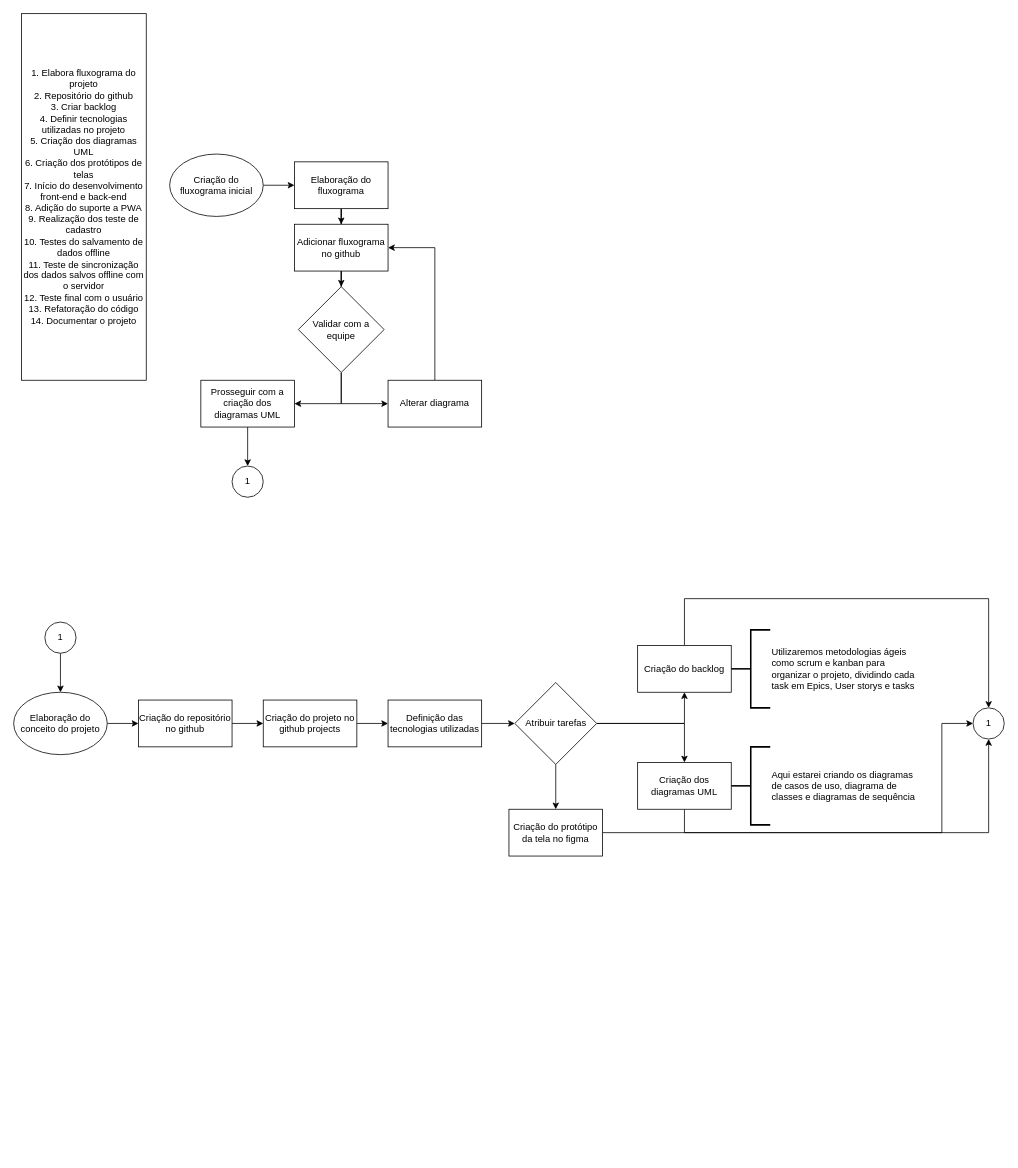
Above: Fluxo do projeto.drawio in Fconeto/P.I-3 (draw.io), before the change. Source tidied: cells renumbered, new cells numbered last; positions are measured from the earlier drawing's top-left corner, leaving out a move shared by most shapes. Both pictures are drawn from the tidied source at 78%, with x=0, y=0 at pixel (13, 13).
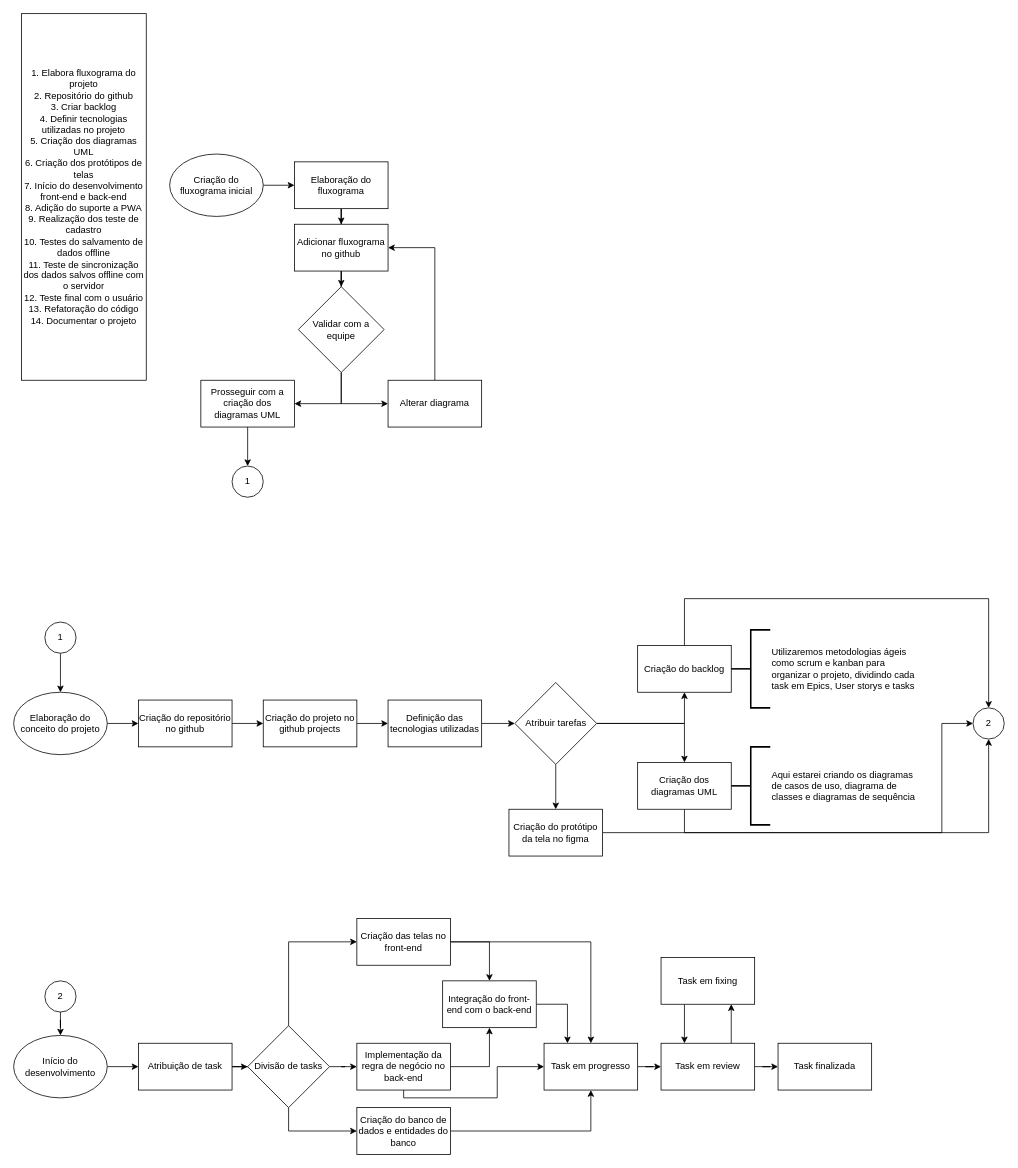
The same page after the edit.

Commit message:
Atualização do fluxo de desenvolvimento

Diff of the diagram source:
```diff
@@
-    <mxCell id="40" value="1" style="ellipse;whiteSpace=wrap;html=1;" parent="1" vertex="1">
+    <mxCell id="40" value="2" style="ellipse;whiteSpace=wrap;html=1;" parent="1" vertex="1">
       <mxGeometry x="1230" y="890" width="40" height="40" as="geometry" />
     </mxCell>
+    <mxCell id="41" style="edgeStyle=orthogonalEdgeStyle;rounded=0;jettySize=auto;html=1;" parent="1" edge="1" source="42" target="44">
+      <mxGeometry relative="1" as="geometry" />
+    </mxCell>
+    <mxCell id="42" value="2" style="ellipse;whiteSpace=wrap;html=1;" parent="1" vertex="1">
+      <mxGeometry x="40" y="1240" width="40" height="40" as="geometry" />
+    </mxCell>
+    <mxCell id="43" style="edgeStyle=orthogonalEdgeStyle;rounded=0;jettySize=auto;html=1;" parent="1" edge="1" source="44" target="55">
+      <mxGeometry relative="1" as="geometry" />
+    </mxCell>
+    <mxCell id="44" value="Início do desenvolvimento" style="ellipse;whiteSpace=wrap;html=1;" parent="1" vertex="1">
+      <mxGeometry y="1310" width="120" height="80" as="geometry" />
+    </mxCell>
+    <mxCell id="45" style="edgeStyle=orthogonalEdgeStyle;rounded=0;jettySize=auto;html=1;" parent="1" edge="1" source="46" target="57">
+      <mxGeometry relative="1" as="geometry" />
+    </mxCell>
+    <mxCell id="46" value="Criação das telas no front-end" style="rounded=0;whiteSpace=wrap;html=1;" parent="1" vertex="1">
+      <mxGeometry x="440" y="1160" width="120" height="60" as="geometry" />
+    </mxCell>
+    <mxCell id="47" style="edgeStyle=orthogonalEdgeStyle;rounded=0;jettySize=auto;html=1;entryX=0.5;entryY=1;entryDx=0;entryDy=0;exitX=1;exitY=0.5;exitDx=0;exitDy=0;" parent="1" edge="1" source="49" target="53">
+      <mxGeometry relative="1" as="geometry" />
+    </mxCell>
+    <mxCell id="48" style="edgeStyle=orthogonalEdgeStyle;rounded=0;jettySize=auto;html=1;entryX=0;entryY=0.5;entryDx=0;entryDy=0;exitX=0.5;exitY=1;exitDx=0;exitDy=0;" parent="1" edge="1" source="49" target="57">
+      <mxGeometry relative="1" as="geometry">
+        <Array as="points">
+          <mxPoint x="500" y="1390" />
+          <mxPoint x="620" y="1390" />
+          <mxPoint x="620" y="1350" />
+        </Array>
+      </mxGeometry>
+    </mxCell>
+    <mxCell id="49" value="Implementação da regra de negócio no back-end" style="rounded=0;whiteSpace=wrap;html=1;" parent="1" vertex="1">
+      <mxGeometry x="440" y="1320" width="120" height="60" as="geometry" />
+    </mxCell>
+    <mxCell id="50" style="edgeStyle=orthogonalEdgeStyle;rounded=0;jettySize=auto;html=1;entryX=0.5;entryY=1;entryDx=0;entryDy=0;" parent="1" edge="1" source="51" target="57">
+      <mxGeometry relative="1" as="geometry" />
+    </mxCell>
+    <mxCell id="51" value="Criação do banco de dados e entidades do banco" style="rounded=0;whiteSpace=wrap;html=1;" parent="1" vertex="1">
+      <mxGeometry x="440" y="1402.5" width="120" height="60" as="geometry" />
+    </mxCell>
+    <mxCell id="52" style="edgeStyle=orthogonalEdgeStyle;rounded=0;jettySize=auto;html=1;entryX=0.25;entryY=0;entryDx=0;entryDy=0;" parent="1" edge="1" source="53" target="57">
+      <mxGeometry relative="1" as="geometry" />
+    </mxCell>
+    <mxCell id="53" value="Integração do front-end com o back-end" style="rounded=0;whiteSpace=wrap;html=1;" parent="1" vertex="1">
+      <mxGeometry x="550" y="1240" width="120" height="60" as="geometry" />
+    </mxCell>
+    <mxCell id="54" style="edgeStyle=orthogonalEdgeStyle;rounded=0;jettySize=auto;html=1;" parent="1" edge="1" source="55" target="65">
+      <mxGeometry relative="1" as="geometry" />
+    </mxCell>
+    <mxCell id="55" value="Atribuição de task" style="rounded=0;whiteSpace=wrap;html=1;" parent="1" vertex="1">
+      <mxGeometry x="160" y="1320" width="120" height="60" as="geometry" />
+    </mxCell>
+    <mxCell id="56" style="edgeStyle=orthogonalEdgeStyle;rounded=0;jettySize=auto;html=1;" parent="1" edge="1" source="57" target="60">
+      <mxGeometry relative="1" as="geometry" />
+    </mxCell>
+    <mxCell id="57" value="Task em progresso" style="rounded=0;whiteSpace=wrap;html=1;" parent="1" vertex="1">
+      <mxGeometry x="680" y="1320" width="120" height="60" as="geometry" />
+    </mxCell>
+    <mxCell id="58" style="edgeStyle=orthogonalEdgeStyle;rounded=0;jettySize=auto;html=1;" parent="1" edge="1" source="60" target="61">
+      <mxGeometry relative="1" as="geometry" />
+    </mxCell>
+    <mxCell id="59" style="edgeStyle=orthogonalEdgeStyle;rounded=0;jettySize=auto;html=1;exitX=0.75;exitY=0;exitDx=0;exitDy=0;entryX=0.75;entryY=1;entryDx=0;entryDy=0;" parent="1" edge="1" source="60" target="68">
+      <mxGeometry relative="1" as="geometry" />
+    </mxCell>
+    <mxCell id="60" value="Task em review" style="rounded=0;whiteSpace=wrap;html=1;" parent="1" vertex="1">
+      <mxGeometry x="830" y="1320" width="120" height="60" as="geometry" />
+    </mxCell>
+    <mxCell id="61" value="Task finalizada" style="rounded=0;whiteSpace=wrap;html=1;" parent="1" vertex="1">
+      <mxGeometry x="980" y="1320" width="120" height="60" as="geometry" />
+    </mxCell>
+    <mxCell id="62" style="edgeStyle=orthogonalEdgeStyle;rounded=0;jettySize=auto;html=1;entryX=0;entryY=0.5;entryDx=0;entryDy=0;exitX=0.5;exitY=0;exitDx=0;exitDy=0;" parent="1" edge="1" source="65" target="46">
+      <mxGeometry relative="1" as="geometry" />
+    </mxCell>
+    <mxCell id="63" style="edgeStyle=orthogonalEdgeStyle;rounded=0;jettySize=auto;html=1;" parent="1" edge="1" source="65" target="49">
+      <mxGeometry relative="1" as="geometry" />
+    </mxCell>
+    <mxCell id="64" style="edgeStyle=orthogonalEdgeStyle;rounded=0;jettySize=auto;html=1;entryX=0;entryY=0.5;entryDx=0;entryDy=0;exitX=0.5;exitY=1;exitDx=0;exitDy=0;" parent="1" edge="1" source="65" target="51">
+      <mxGeometry relative="1" as="geometry" />
+    </mxCell>
+    <mxCell id="65" value="Divisão de tasks" style="rhombus;whiteSpace=wrap;html=1;" parent="1" vertex="1">
+      <mxGeometry x="300" y="1297.5" width="105" height="105" as="geometry" />
+    </mxCell>
+    <mxCell id="66" style="endArrow=classic;html=1;rounded=0;exitX=1;exitY=0.5;exitDx=0;exitDy=0;entryX=0.5;entryY=0;entryDx=0;entryDy=0;" parent="1" edge="1" source="46" target="53">
+      <mxGeometry relative="1" as="geometry">
+        <Array as="points">
+          <mxPoint x="610" y="1190" />
+        </Array>
+      </mxGeometry>
+    </mxCell>
+    <mxCell id="67" style="edgeStyle=orthogonalEdgeStyle;rounded=0;jettySize=auto;html=1;entryX=0.25;entryY=0;entryDx=0;entryDy=0;exitX=0.25;exitY=1;exitDx=0;exitDy=0;" parent="1" edge="1" source="68" target="60">
+      <mxGeometry relative="1" as="geometry" />
+    </mxCell>
+    <mxCell id="68" value="Task em fixing" style="rounded=0;whiteSpace=wrap;html=1;" parent="1" vertex="1">
+      <mxGeometry x="830" y="1210" width="120" height="60" as="geometry" />
+    </mxCell>
```
